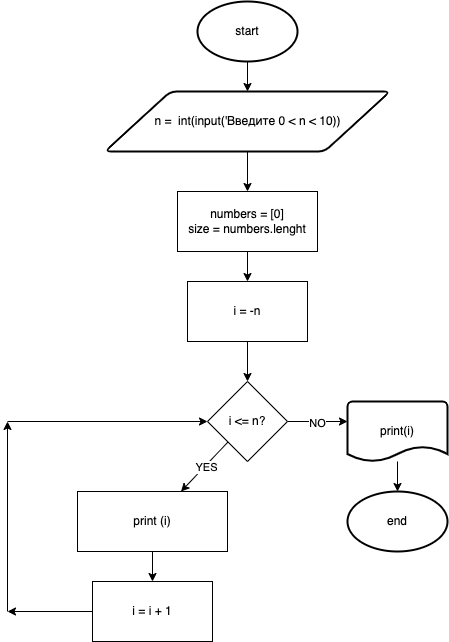
The draw.io diagram flowchart.drawio.png in V1ctoriaS/First_repository, before a commit. Source tidied: cells renumbered, new cells last; positions are measured from the earlier drawing's top-left corner, leaving out a move shared by most shapes. Source of this version:
```xml
<mxGraphModel>
  <root>
    <mxCell id="0" />
    <mxCell id="1" parent="0" />
    <mxCell id="2" style="edgeStyle=none;html=1;" parent="1" edge="1" source="3" target="5">
      <mxGeometry relative="1" as="geometry" />
    </mxCell>
    <mxCell id="3" value="start" style="strokeWidth=2;html=1;shape=mxgraph.flowchart.start_1;whiteSpace=wrap;" parent="1" vertex="1">
      <mxGeometry x="190" width="100" height="60" as="geometry" />
    </mxCell>
    <mxCell id="4" style="edgeStyle=none;html=1;" parent="1" edge="1" source="5" target="19">
      <mxGeometry relative="1" as="geometry" />
    </mxCell>
    <mxCell id="5" value="n =&amp;nbsp; int(input('Введите 0 &amp;lt; n &amp;lt; 10))" style="shape=parallelogram;html=1;strokeWidth=2;perimeter=parallelogramPerimeter;whiteSpace=wrap;rounded=1;arcSize=12;size=0.23;" parent="1" vertex="1">
      <mxGeometry x="97.5" y="90" width="285" height="60" as="geometry" />
    </mxCell>
    <mxCell id="6" style="edgeStyle=none;html=1;" parent="1" edge="1" source="7" target="12">
      <mxGeometry relative="1" as="geometry" />
    </mxCell>
    <mxCell id="7" value="i = -n" style="rounded=0;whiteSpace=wrap;html=1;" parent="1" vertex="1">
      <mxGeometry x="180" y="280" width="120" height="60" as="geometry" />
    </mxCell>
    <mxCell id="8" style="edgeStyle=none;html=1;" parent="1" edge="1" source="12">
      <mxGeometry relative="1" as="geometry">
        <mxPoint x="340" y="420" as="targetPoint" />
      </mxGeometry>
    </mxCell>
    <mxCell id="9" value="NO" style="edgeLabel;html=1;align=center;verticalAlign=middle;" parent="8" vertex="1">
      <mxGeometry x="-0.03" y="-1" relative="1" as="geometry" />
    </mxCell>
    <mxCell id="10" style="edgeStyle=none;html=1;" parent="1" edge="1" source="12" target="14">
      <mxGeometry relative="1" as="geometry" />
    </mxCell>
    <mxCell id="11" value="YES" style="edgeLabel;html=1;align=center;verticalAlign=middle;" parent="10" vertex="1">
      <mxGeometry x="-0.02" y="1" relative="1" as="geometry" />
    </mxCell>
    <mxCell id="12" value="i &amp;lt;= n?" style="rhombus;whiteSpace=wrap;html=1;" parent="1" vertex="1">
      <mxGeometry x="200" y="380" width="80" height="80" as="geometry" />
    </mxCell>
    <mxCell id="13" style="edgeStyle=none;html=1;" parent="1" edge="1" source="14" target="21">
      <mxGeometry relative="1" as="geometry" />
    </mxCell>
    <mxCell id="14" value="print (i)" style="rounded=0;whiteSpace=wrap;html=1;" parent="1" vertex="1">
      <mxGeometry x="70" y="490" width="150" height="60" as="geometry" />
    </mxCell>
    <mxCell id="15" style="edgeStyle=none;html=1;" parent="1" edge="1" source="16" target="17">
      <mxGeometry relative="1" as="geometry" />
    </mxCell>
    <mxCell id="16" value="print(i)" style="strokeWidth=2;html=1;shape=mxgraph.flowchart.document2;whiteSpace=wrap;size=0.25;" parent="1" vertex="1">
      <mxGeometry x="340" y="400" width="100" height="60" as="geometry" />
    </mxCell>
    <mxCell id="17" value="end" style="strokeWidth=2;html=1;shape=mxgraph.flowchart.start_1;whiteSpace=wrap;" parent="1" vertex="1">
      <mxGeometry x="340" y="490" width="100" height="60" as="geometry" />
    </mxCell>
    <mxCell id="18" style="edgeStyle=none;html=1;" parent="1" edge="1" source="19" target="7">
      <mxGeometry relative="1" as="geometry" />
    </mxCell>
    <mxCell id="19" value="numbers = [0]&lt;br&gt;size = numbers.lenght" style="rounded=0;whiteSpace=wrap;html=1;" parent="1" vertex="1">
      <mxGeometry x="170" y="190" width="140" height="60" as="geometry" />
    </mxCell>
    <mxCell id="20" style="edgeStyle=none;html=1;" parent="1" edge="1" source="21">
      <mxGeometry relative="1" as="geometry">
        <mxPoint y="610" as="targetPoint" />
      </mxGeometry>
    </mxCell>
    <mxCell id="21" value="i = i + 1" style="rounded=0;whiteSpace=wrap;html=1;" parent="1" vertex="1">
      <mxGeometry x="85" y="580" width="120" height="60" as="geometry" />
    </mxCell>
    <mxCell id="22" style="endArrow=classic;html=1;" parent="1" edge="1">
      <mxGeometry relative="1" as="geometry">
        <mxPoint y="610" as="sourcePoint" />
        <mxPoint y="420" as="targetPoint" />
        <Array as="points">
          <mxPoint y="610" />
        </Array>
      </mxGeometry>
    </mxCell>
    <mxCell id="23" style="endArrow=classic;html=1;entryX=0;entryY=0.5;entryDx=0;entryDy=0;" parent="1" edge="1" target="12">
      <mxGeometry relative="1" as="geometry">
        <mxPoint y="420" as="sourcePoint" />
      </mxGeometry>
    </mxCell>
  </root>
</mxGraphModel>
```
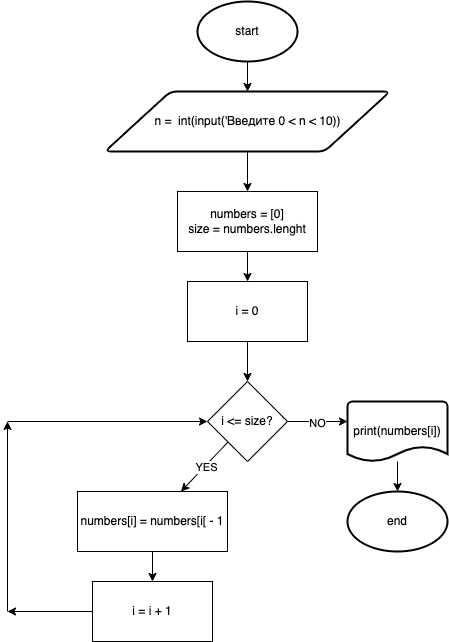
After the change.

The edit, as a diff of the source:
```diff
@@ -17,7 +17,7 @@
     <mxCell id="6" style="edgeStyle=none;html=1;" parent="1" edge="1" source="7" target="12">
       <mxGeometry relative="1" as="geometry" />
     </mxCell>
-    <mxCell id="7" value="i = -n" style="rounded=0;whiteSpace=wrap;html=1;" parent="1" vertex="1">
+    <mxCell id="7" value="i = 0" style="rounded=0;whiteSpace=wrap;html=1;" parent="1" vertex="1">
       <mxGeometry x="180" y="280" width="120" height="60" as="geometry" />
     </mxCell>
     <mxCell id="8" style="edgeStyle=none;html=1;" parent="1" edge="1" source="12">
@@ -34,19 +34,19 @@
     <mxCell id="11" value="YES" style="edgeLabel;html=1;align=center;verticalAlign=middle;" parent="10" vertex="1">
       <mxGeometry x="-0.02" y="1" relative="1" as="geometry" />
     </mxCell>
-    <mxCell id="12" value="i &amp;lt;= n?" style="rhombus;whiteSpace=wrap;html=1;" parent="1" vertex="1">
+    <mxCell id="12" value="i &amp;lt;= size?" style="rhombus;whiteSpace=wrap;html=1;" parent="1" vertex="1">
       <mxGeometry x="200" y="380" width="80" height="80" as="geometry" />
     </mxCell>
     <mxCell id="13" style="edgeStyle=none;html=1;" parent="1" edge="1" source="14" target="21">
       <mxGeometry relative="1" as="geometry" />
     </mxCell>
-    <mxCell id="14" value="print (i)" style="rounded=0;whiteSpace=wrap;html=1;" parent="1" vertex="1">
+    <mxCell id="14" value="numbers[i] = numbers[i[ - 1" style="rounded=0;whiteSpace=wrap;html=1;" parent="1" vertex="1">
       <mxGeometry x="70" y="490" width="150" height="60" as="geometry" />
     </mxCell>
     <mxCell id="15" style="edgeStyle=none;html=1;" parent="1" edge="1" source="16" target="17">
       <mxGeometry relative="1" as="geometry" />
     </mxCell>
-    <mxCell id="16" value="print(i)" style="strokeWidth=2;html=1;shape=mxgraph.flowchart.document2;whiteSpace=wrap;size=0.25;" parent="1" vertex="1">
+    <mxCell id="16" value="print(numbers[i])" style="strokeWidth=2;html=1;shape=mxgraph.flowchart.document2;whiteSpace=wrap;size=0.25;" parent="1" vertex="1">
       <mxGeometry x="340" y="400" width="100" height="60" as="geometry" />
     </mxCell>
     <mxCell id="17" value="end" style="strokeWidth=2;html=1;shape=mxgraph.flowchart.start_1;whiteSpace=wrap;" parent="1" vertex="1">
```
